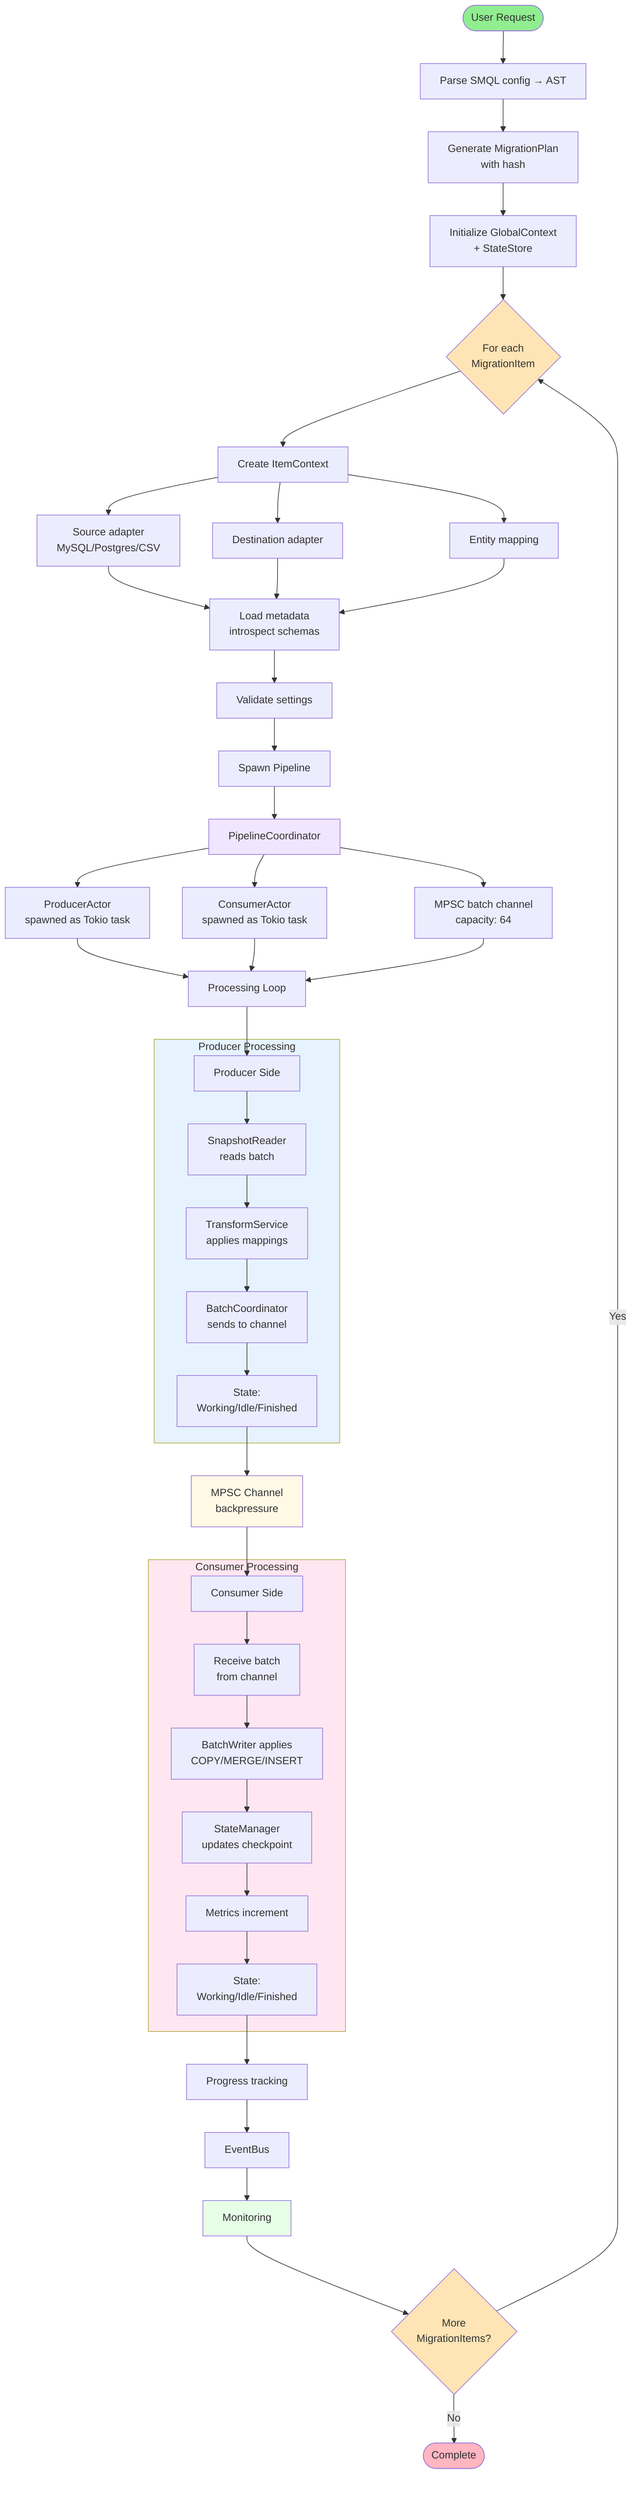
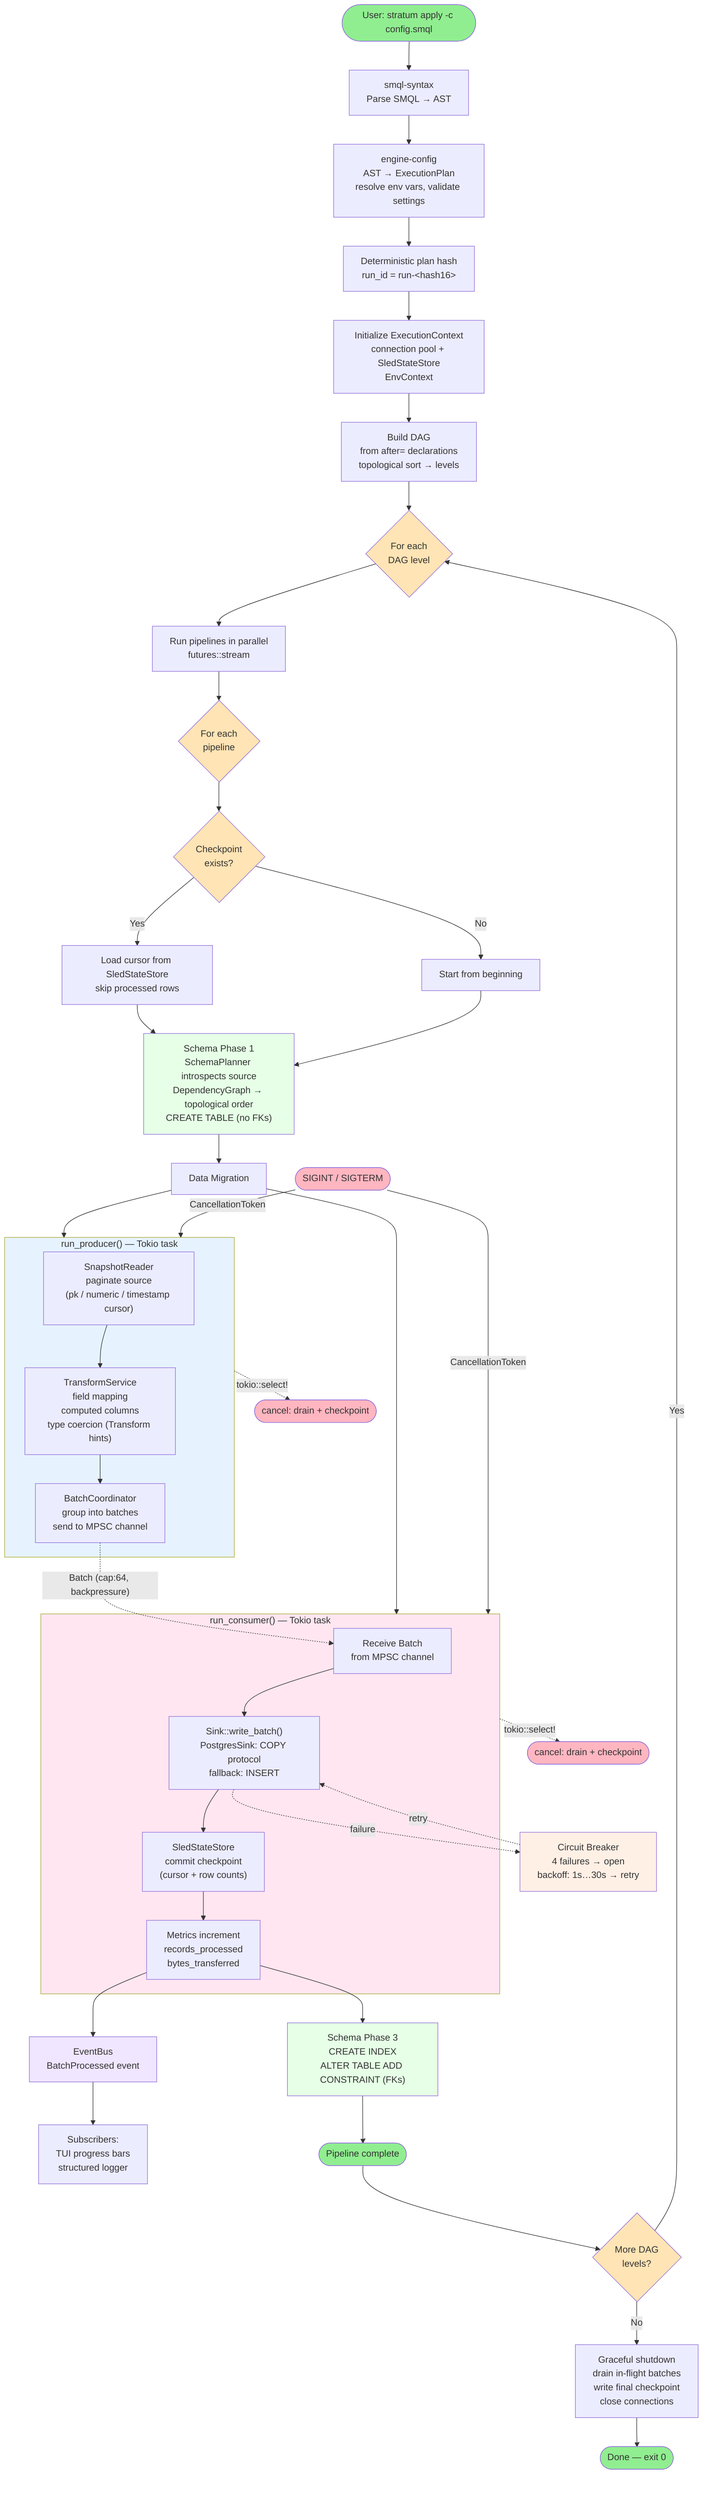
flowchart TD
-     START([User Request]) --> PARSE[Parse SMQL config → AST]
-     PARSE --> PLAN[Generate MigrationPlan<br/>with hash]
-     PLAN --> INIT[Initialize GlobalContext<br/>+ StateStore]
-     INIT --> LOOP{For each<br/>MigrationItem}
+     START([User: stratum apply -c config.smql]) --> PARSE[smql-syntax<br/>Parse SMQL → AST]
+     PARSE --> BUILD_PLAN[engine-config<br/>AST → ExecutionPlan<br/>resolve env vars, validate settings]
+     BUILD_PLAN --> HASH["Deterministic plan hash<br/>run_id = run-&lt;hash16&gt;"]
+     HASH --> INIT[Initialize ExecutionContext<br/>connection pool + SledStateStore<br/>EnvContext]

-     LOOP --> CTX[Create ItemContext]
-     CTX --> SRC[Source adapter<br/>MySQL/Postgres/CSV]
-     CTX --> DEST[Destination adapter]
-     CTX --> MAP[Entity mapping]
+     INIT --> DAG_BUILD[Build DAG<br/>from after= declarations<br/>topological sort → levels]

-     SRC --> META
-     DEST --> META
-     MAP --> META
+     DAG_BUILD --> LEVEL_LOOP{For each<br/>DAG level}

-     META[Load metadata<br/>introspect schemas] --> VALIDATE[Validate settings]
+     LEVEL_LOOP --> PARALLEL[Run pipelines in parallel<br/>futures::stream]

-     VALIDATE --> SPAWN[Spawn Pipeline]
+     PARALLEL --> PIPELINE{For each<br/>pipeline}

-     SPAWN --> COORD[PipelineCoordinator]
-     COORD --> PROD_ACTOR[ProducerActor<br/>spawned as Tokio task]
-     COORD --> CONS_ACTOR[ConsumerActor<br/>spawned as Tokio task]
-     COORD --> CHANNEL_INIT[MPSC batch channel<br/>capacity: 64]
+     PIPELINE --> CHECKPOINT_CHECK{Checkpoint<br/>exists?}
+     CHECKPOINT_CHECK -->|Yes| RESUME[Load cursor from SledStateStore<br/>skip processed rows]
+     CHECKPOINT_CHECK -->|No| FRESH[Start from beginning]

-     PROD_ACTOR --> PROC_LOOP[Processing Loop]
-     CONS_ACTOR --> PROC_LOOP
-     CHANNEL_INIT --> PROC_LOOP
+     RESUME --> SCHEMA_P1
+     FRESH --> SCHEMA_P1

-     PROC_LOOP --> PRODUCER_START[Producer Side]
+     SCHEMA_P1["Schema Phase 1<br/>SchemaPlanner introspects source<br/>DependencyGraph → topological order<br/>CREATE TABLE (no FKs)"]

-     subgraph PRODUCER[Producer Processing]
-         PRODUCER_START --> SNAP[SnapshotReader<br/>reads batch]
-         SNAP --> TRANS[TransformService<br/>applies mappings]
-         TRANS --> BATCH_C[BatchCoordinator<br/>sends to channel]
-         BATCH_C --> PROD_STATE[State:<br/>Working/Idle/Finished]
+     SCHEMA_P1 --> DATA_MIGRATE[Data Migration]
+ 
+     subgraph PRODUCER["run_producer() — Tokio task"]
+         SNAP["SnapshotReader<br/>paginate source<br/>(pk / numeric / timestamp cursor)"]
+         TRANS["TransformService<br/>field mapping<br/>computed columns<br/>type coercion (Transform hints)"]
+         BATCH["BatchCoordinator<br/>group into batches<br/>send to MPSC channel"]
+ 
+         SNAP --> TRANS
+         TRANS --> BATCH
    end

-     PROD_STATE --> MPSC[MPSC Channel<br/>backpressure]
+     subgraph CONSUMER["run_consumer() — Tokio task"]
+         RECV["Receive Batch<br/>from MPSC channel"]
+         WRITE["Sink::write_batch()<br/>PostgresSink: COPY protocol<br/>fallback: INSERT"]
+         CKPT["SledStateStore<br/>commit checkpoint<br/>(cursor + row counts)"]
+         MET["Metrics increment<br/>records_processed<br/>bytes_transferred"]

-     MPSC --> CONSUMER_START[Consumer Side]
- 
-     subgraph CONSUMER[Consumer Processing]
-         CONSUMER_START --> RECV[Receive batch<br/>from channel]
-         RECV --> WRITE[BatchWriter applies<br/>COPY/MERGE/INSERT]
-         WRITE --> STATE_UPD[StateManager<br/>updates checkpoint]
-         STATE_UPD --> METRICS_INC[Metrics increment]
-         METRICS_INC --> CONS_STATE[State:<br/>Working/Idle/Finished]
+         RECV --> WRITE
+         WRITE --> CKPT
+         CKPT --> MET
    end

-     CONS_STATE --> PROGRESS[Progress tracking]
-     PROGRESS --> EVENTBUS[EventBus]
-     EVENTBUS --> MONITOR[Monitoring]
+     DATA_MIGRATE --> PRODUCER
+     DATA_MIGRATE --> CONSUMER

-     MONITOR --> CHECK{More<br/>MigrationItems?}
-     CHECK -->|Yes| LOOP
-     CHECK -->|No| END([Complete])
+     BATCH -.->|"Batch (cap:64, backpressure)"| RECV
+ 
+     CB["Circuit Breaker<br/>4 failures → open<br/>backoff: 1s…30s → retry"]
+     WRITE -.->|failure| CB
+     CB -.->|retry| WRITE
+ 
+     MET --> EVENTBUS[EventBus<br/>BatchProcessed event]
+     EVENTBUS --> SUBSCRIBERS["Subscribers:<br/>TUI progress bars<br/>structured logger"]
+ 
+     MET --> SCHEMA_P3
+ 
+     SCHEMA_P3["Schema Phase 3<br/>CREATE INDEX<br/>ALTER TABLE ADD CONSTRAINT (FKs)"]
+ 
+     SCHEMA_P3 --> PIPELINE_DONE([Pipeline complete])
+ 
+     PIPELINE_DONE --> MORE_LEVELS{More DAG<br/>levels?}
+     MORE_LEVELS -->|Yes| LEVEL_LOOP
+     MORE_LEVELS -->|No| SHUTDOWN
+ 
+     SHUTDOWN["Graceful shutdown<br/>drain in-flight batches<br/>write final checkpoint<br/>close connections"]
+ 
+     SHUTDOWN --> END([Done — exit 0])
+ 
+     SIGINT(["SIGINT / SIGTERM"]) -->|CancellationToken| PRODUCER
+     SIGINT -->|CancellationToken| CONSUMER
+     PRODUCER -.->|tokio::select!| CANCEL_P([cancel: drain + checkpoint])
+     CONSUMER -.->|tokio::select!| CANCEL_C([cancel: drain + checkpoint])

    style START fill:#90EE90
-     style END fill:#FFB6C1
-     style LOOP fill:#FFE4B5
-     style CHECK fill:#FFE4B5
+     style END fill:#90EE90
+     style PIPELINE_DONE fill:#90EE90
+     style CANCEL_P fill:#FFB6C1
+     style CANCEL_C fill:#FFB6C1
+     style SIGINT fill:#FFB6C1
+     style LEVEL_LOOP fill:#FFE4B5
+     style PIPELINE fill:#FFE4B5
+     style MORE_LEVELS fill:#FFE4B5
+     style CHECKPOINT_CHECK fill:#FFE4B5
    style PRODUCER fill:#E6F3FF
    style CONSUMER fill:#FFE6F0
-     style MPSC fill:#FFF9E6
-     style COORD fill:#F0E6FF
-     style MONITOR fill:#E6FFE6+     style CB fill:#FFF0E6
+     style SCHEMA_P1 fill:#E6FFE6
+     style SCHEMA_P3 fill:#E6FFE6
+     style EVENTBUS fill:#F0E6FF
